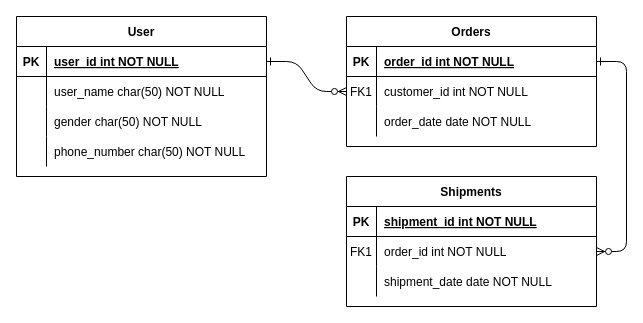
SimonGideon/CODSOFT keeps this draw.io diagram as Untitled Diagram.drawio. Above is the earlier version. Source tidied: cells renumbered, new cells numbered last; positions are measured from the earlier drawing's top-left corner, leaving out a move shared by most shapes. Both pictures are drawn from the tidied source at 100%, with x=0, y=0 at pixel (16, 16).
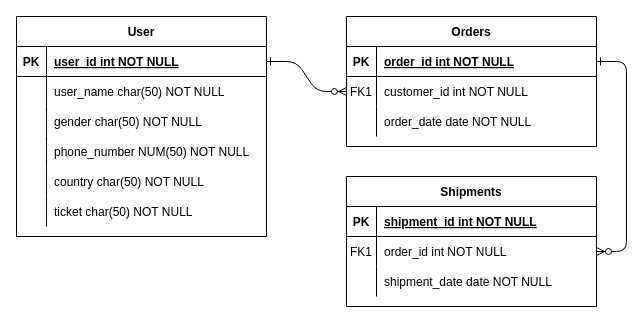
After the change.

Commit message:
Add user attributes

Diff of the diagram source:
```diff
@@
     <mxCell id="24" value="User" style="shape=table;startSize=30;childLayout=tableLayout;rowLines=0;fontStyle=1;align=center;" parent="1" vertex="1">
-      <mxGeometry width="250" height="160" as="geometry" />
+      <mxGeometry width="250" height="220" as="geometry" />
     </mxCell>
@@
+    <mxCell id="37" style="shape=partialRectangle;fillColor=none;top=0;left=0;right=0;bottom=0;" parent="24" vertex="1">
+      <mxGeometry y="120" width="250" height="30" as="geometry" />
+    </mxCell>
+    <mxCell id="38" style="shape=partialRectangle;overflow=hidden;fillColor=none;top=0;left=0;bottom=0;right=0;" parent="37" vertex="1">
+      <mxGeometry width="30" height="30" as="geometry" />
+    </mxCell>
+    <mxCell id="39" value="phone_number NUM(50) NOT NULL" style="shape=partialRectangle;overflow=hidden;fillColor=none;top=0;left=0;bottom=0;right=0;align=left;spacingLeft=6;" parent="37" vertex="1">
+      <mxGeometry x="30" width="220" height="30" as="geometry" />
+    </mxCell>
+    <mxCell id="40" style="shape=partialRectangle;fillColor=none;top=0;left=0;right=0;bottom=0;" parent="24" vertex="1">
+      <mxGeometry y="150" width="250" height="30" as="geometry" />
+    </mxCell>
+    <mxCell id="41" style="shape=partialRectangle;overflow=hidden;fillColor=none;top=0;left=0;bottom=0;right=0;" parent="40" vertex="1">
+      <mxGeometry width="30" height="30" as="geometry" />
+    </mxCell>
+    <mxCell id="42" value="country char(50) NOT NULL" style="shape=partialRectangle;overflow=hidden;fillColor=none;top=0;left=0;bottom=0;right=0;align=left;spacingLeft=6;" parent="40" vertex="1">
+      <mxGeometry x="30" width="220" height="30" as="geometry" />
+    </mxCell>
     <mxCell id="34" style="shape=partialRectangle;fillColor=none;top=0;left=0;right=0;bottom=0;" parent="24" vertex="1">
-      <mxGeometry y="120" width="250" height="30" as="geometry" />
+      <mxGeometry y="180" width="250" height="30" as="geometry" />
     </mxCell>
@@
-    <mxCell id="36" value="phone_number char(50) NOT NULL" style="shape=partialRectangle;overflow=hidden;fillColor=none;top=0;left=0;bottom=0;right=0;align=left;spacingLeft=6;" parent="34" vertex="1">
+    <mxCell id="36" value="ticket char(50) NOT NULL" style="shape=partialRectangle;overflow=hidden;fillColor=none;top=0;left=0;bottom=0;right=0;align=left;spacingLeft=6;" parent="34" vertex="1">
       <mxGeometry x="30" width="220" height="30" as="geometry" />
     </mxCell>
```
